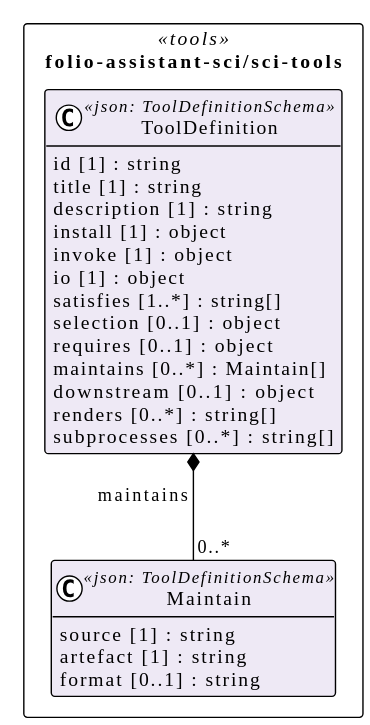
The PlantUML diagram assets/img/uml/overview/folio-assistant-sci/sci-tools.svg in litlfred/smart-trust, before a commit. The source it was exported from:
```plantuml
@startuml
!pragma layout elk
!theme plain
skinparam classAttributeIconSize 0
skinparam shadowing false
skinparam packageStyle rectangle
hide empty methods

package "folio-assistant-sci/sci-tools" as pkg_folio_assistant_sci_sci_tools <<tools>> {
  class "Maintain" as folio_assistant_sci_sci_tools_Maintain <<json: ToolDefinitionSchema>> #eee9f5 {
    source [1] : string
    artefact [1] : string
    format [0..1] : string
  }
  class "ToolDefinition" as folio_assistant_sci_sci_tools_ToolDefinition <<json: ToolDefinitionSchema>> #eee9f5 {
    id [1] : string
    title [1] : string
    description [1] : string
    install [1] : object
    invoke [1] : object
    io [1] : object
    satisfies [1..*] : string[]
    selection [0..1] : object
    requires [0..1] : object
    maintains [0..*] : Maintain[]
    downstream [0..1] : object
    renders [0..*] : string[]
    subprocesses [0..*] : string[]
  }
}

folio_assistant_sci_sci_tools_ToolDefinition *-- "0..*" folio_assistant_sci_sci_tools_Maintain : maintains
@enduml
```
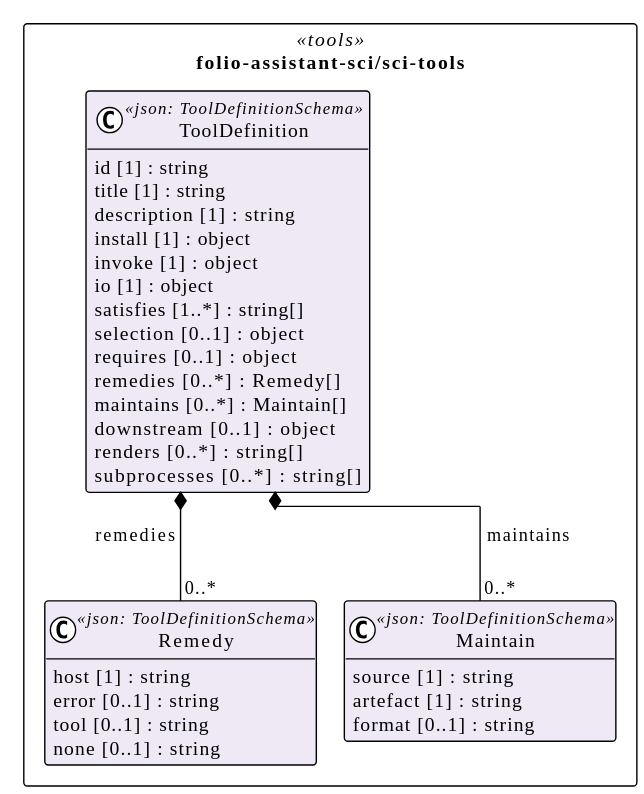
The same diagram one commit later.

Diff of the diagram source:
```diff
@@ -7,6 +7,12 @@
 hide empty methods
 
 package "folio-assistant-sci/sci-tools" as pkg_folio_assistant_sci_sci_tools <<tools>> {
+  class "Remedy" as folio_assistant_sci_sci_tools_Remedy <<json: ToolDefinitionSchema>> #eee9f5 {
+    host [1] : string
+    error [0..1] : string
+    tool [0..1] : string
+    none [0..1] : string
+  }
   class "Maintain" as folio_assistant_sci_sci_tools_Maintain <<json: ToolDefinitionSchema>> #eee9f5 {
     source [1] : string
     artefact [1] : string
@@ -22,6 +28,7 @@
     satisfies [1..*] : string[]
     selection [0..1] : object
     requires [0..1] : object
+    remedies [0..*] : Remedy[]
     maintains [0..*] : Maintain[]
     downstream [0..1] : object
     renders [0..*] : string[]
@@ -29,5 +36,6 @@
   }
 }
 
+folio_assistant_sci_sci_tools_ToolDefinition *-- "0..*" folio_assistant_sci_sci_tools_Remedy : remedies
 folio_assistant_sci_sci_tools_ToolDefinition *-- "0..*" folio_assistant_sci_sci_tools_Maintain : maintains
 @enduml
```
